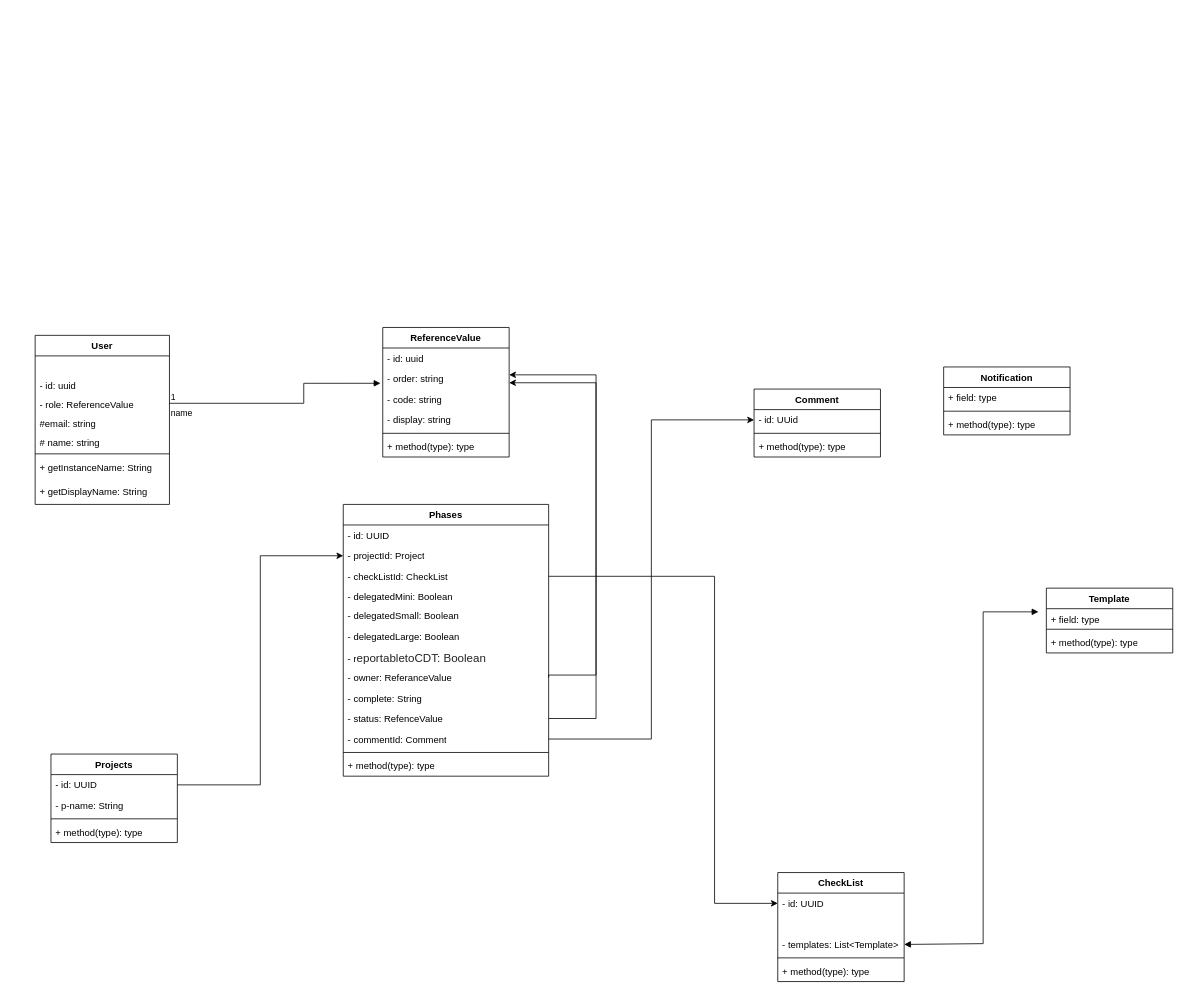
The draw.io diagram Share-Point.drawio in priyanshujoshi909/design-pattern, before the edit. Source tidied: cells renumbered, new cells numbered last; positions are measured from the earlier drawing's top-left corner, leaving out a move shared by most shapes. Both pictures are drawn from the tidied source at 79%, with x=0, y=0 at pixel (35, 327).
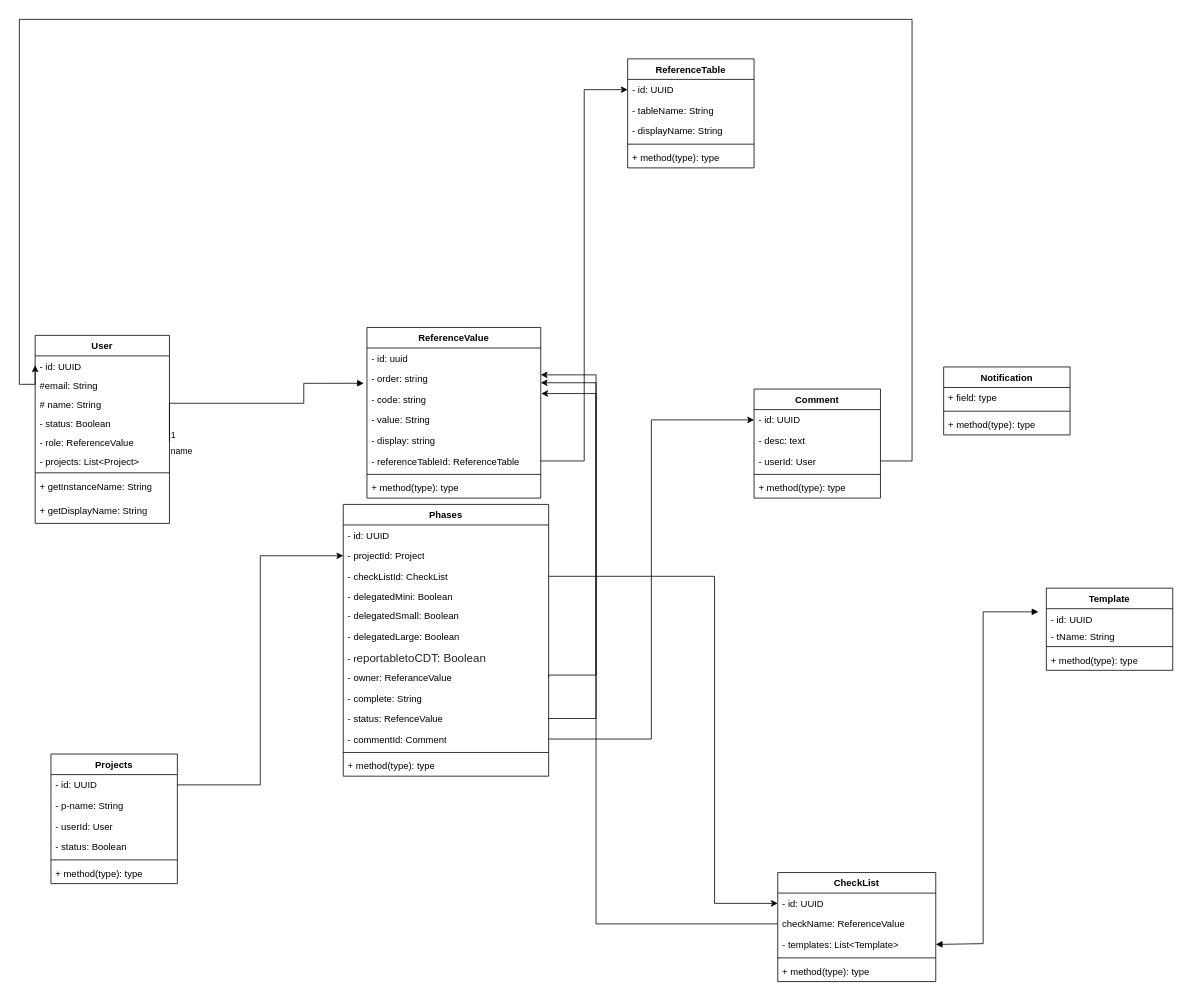
Above is the later version.

Unchanged cells that the change refers to:
```xml
<mxCell id="36" value="- owner: ReferanceValue" style="text;strokeColor=none;fillColor=none;align=left;verticalAlign=top;spacingLeft=4;spacingRight=4;overflow=hidden;points=[[0,0.5],[1,0.5]];portConstraint=eastwest;whiteSpace=wrap;html=1;" parent="28" vertex="1">
  <mxGeometry y="206" width="260" height="26" as="geometry" />
</mxCell>
<mxCell id="38" value="- status: RefenceValue" style="text;strokeColor=none;fillColor=none;align=left;verticalAlign=top;spacingLeft=4;spacingRight=4;overflow=hidden;points=[[0,0.5],[1,0.5]];portConstraint=eastwest;whiteSpace=wrap;html=1;" parent="28" vertex="1">
  <mxGeometry y="258" width="260" height="26" as="geometry" />
</mxCell>
```

Diff of the diagram source:
```diff
@@
     <mxCell id="2" value="User" style="swimlane;fontStyle=1;align=center;verticalAlign=top;horizontal=1;startSize=26;whiteSpace=wrap;html=1;" parent="1" vertex="1">
-      <mxGeometry y="10" width="170" height="214" as="geometry" />
+      <mxGeometry y="10" width="170" height="238" as="geometry" />
     </mxCell>
-    <mxCell id="3" style="text;strokeColor=none;fillColor=none;align=left;verticalAlign=top;spacingLeft=4;spacingRight=4;overflow=hidden;whiteSpace=wrap;html=1;" parent="2" vertex="1">
-      <mxGeometry y="26" width="170" height="24" as="geometry" />
-    </mxCell>
-    <mxCell id="4" value="- id: uuid" style="text;strokeColor=none;fillColor=none;align=left;verticalAlign=top;spacingLeft=4;spacingRight=4;overflow=hidden;points=[[0,0.5],[1,0.5]];portConstraint=eastwest;whiteSpace=wrap;html=1;" parent="2" vertex="1">
-      <mxGeometry y="50" width="170" height="24" as="geometry" />
+    <mxCell id="4" value="- id: UUID" style="text;strokeColor=none;fillColor=none;align=left;verticalAlign=top;spacingLeft=4;spacingRight=4;overflow=hidden;points=[[0,0.5],[1,0.5]];portConstraint=eastwest;whiteSpace=wrap;html=1;" parent="2" vertex="1">
+      <mxGeometry y="26" width="170" height="24" as="geometry" />
     </mxCell>
-    <mxCell id="5" value="- role: ReferenceValue" style="text;strokeColor=none;fillColor=none;align=left;verticalAlign=top;spacingLeft=4;spacingRight=4;overflow=hidden;points=[[0,0.5],[1,0.5]];portConstraint=eastwest;whiteSpace=wrap;html=1;" parent="2" vertex="1">
-      <mxGeometry y="74" width="170" height="24" as="geometry" />
-    </mxCell>
-    <mxCell id="6" value="#email: string" style="text;strokeColor=none;fillColor=none;align=left;verticalAlign=top;spacingLeft=4;spacingRight=4;overflow=hidden;whiteSpace=wrap;html=1;" parent="2" vertex="1">
-      <mxGeometry y="98" width="170" height="24" as="geometry" />
+    <mxCell id="6" value="#email: String" style="text;strokeColor=none;fillColor=none;align=left;verticalAlign=top;spacingLeft=4;spacingRight=4;overflow=hidden;whiteSpace=wrap;html=1;" parent="2" vertex="1">
+      <mxGeometry y="50" width="170" height="24" as="geometry" />
     </mxCell>
-    <mxCell id="7" value="# name: string&lt;table&gt;&lt;tbody&gt;&lt;tr&gt;&lt;td&gt;&lt;br&gt;&lt;/td&gt;&lt;td&gt;&lt;br&gt;&lt;/td&gt;&lt;/tr&gt;&lt;tr&gt;&lt;td&gt;&lt;br&gt;&lt;/td&gt;&lt;td&gt;&lt;br&gt;&lt;/td&gt;&lt;/tr&gt;&lt;tr&gt;&lt;td&gt;&lt;br&gt;&lt;/td&gt;&lt;td&gt;&lt;br&gt;&lt;/td&gt;&lt;/tr&gt;&lt;/tbody&gt;&lt;/table&gt;" style="text;strokeColor=none;fillColor=none;align=left;verticalAlign=top;spacingLeft=4;spacingRight=4;overflow=hidden;whiteSpace=wrap;html=1;" parent="2" vertex="1">
-      <mxGeometry y="122" width="170" height="24" as="geometry" />
+    <mxCell id="7" value="# name: String&lt;table&gt;&lt;tbody&gt;&lt;tr&gt;&lt;td&gt;&lt;br&gt;&lt;/td&gt;&lt;td&gt;&lt;br&gt;&lt;/td&gt;&lt;/tr&gt;&lt;tr&gt;&lt;td&gt;&lt;br&gt;&lt;/td&gt;&lt;td&gt;&lt;br&gt;&lt;/td&gt;&lt;/tr&gt;&lt;tr&gt;&lt;td&gt;&lt;br&gt;&lt;/td&gt;&lt;td&gt;&lt;br&gt;&lt;/td&gt;&lt;/tr&gt;&lt;/tbody&gt;&lt;/table&gt;" style="text;strokeColor=none;fillColor=none;align=left;verticalAlign=top;spacingLeft=4;spacingRight=4;overflow=hidden;whiteSpace=wrap;html=1;" parent="2" vertex="1">
+      <mxGeometry y="74" width="170" height="24" as="geometry" />
     </mxCell>
+    <mxCell id="3" value="- status: Boolean" style="text;strokeColor=none;fillColor=none;align=left;verticalAlign=top;spacingLeft=4;spacingRight=4;overflow=hidden;whiteSpace=wrap;html=1;" parent="2" vertex="1">
+      <mxGeometry y="98" width="170" height="24" as="geometry" />
+    </mxCell>
+    <mxCell id="5" value="- role: ReferenceValue" style="text;strokeColor=none;fillColor=none;align=left;verticalAlign=top;spacingLeft=4;spacingRight=4;overflow=hidden;points=[[0,0.5],[1,0.5]];portConstraint=eastwest;whiteSpace=wrap;html=1;" parent="2" vertex="1">
+      <mxGeometry y="122" width="170" height="24" as="geometry" />
+    </mxCell>
+    <mxCell id="63" value="- projects: List&amp;lt;Project&amp;gt;" style="text;strokeColor=none;fillColor=none;align=left;verticalAlign=top;spacingLeft=4;spacingRight=4;overflow=hidden;whiteSpace=wrap;html=1;" parent="2" vertex="1">
+      <mxGeometry y="146" width="170" height="24" as="geometry" />
+    </mxCell>
     <mxCell id="8" style="line;strokeWidth=1;fillColor=none;align=left;verticalAlign=middle;spacingTop=-1;spacingLeft=3;spacingRight=3;labelPosition=right;strokeColor=inherit;" parent="2" vertex="1">
-      <mxGeometry y="146" width="170" height="8" as="geometry" />
+      <mxGeometry y="170" width="170" height="8" as="geometry" />
     </mxCell>
     <mxCell id="9" value="+ getInstanceName: String" style="text;strokeColor=none;fillColor=none;align=left;verticalAlign=top;spacingLeft=4;spacingRight=4;overflow=hidden;whiteSpace=wrap;html=1;" parent="2" vertex="1">
-      <mxGeometry y="154" width="170" height="30" as="geometry" />
+      <mxGeometry y="178" width="170" height="30" as="geometry" />
     </mxCell>
     <mxCell id="10" value="+ getDisplayName: String" style="text;strokeColor=none;fillColor=none;align=left;verticalAlign=top;spacingLeft=4;spacingRight=4;overflow=hidden;whiteSpace=wrap;html=1;" parent="2" vertex="1">
-      <mxGeometry y="184" width="170" height="30" as="geometry" />
+      <mxGeometry y="208" width="170" height="30" as="geometry" />
     </mxCell>
@@
     <mxCell id="13" value="ReferenceValue" style="swimlane;fontStyle=1;align=center;verticalAlign=top;horizontal=1;startSize=26;whiteSpace=wrap;html=1;" parent="1" vertex="1">
-      <mxGeometry x="440" width="160" height="164" as="geometry" />
+      <mxGeometry x="420" width="220" height="216" as="geometry" />
     </mxCell>
     <mxCell id="14" value="- id: uuid" style="text;strokeColor=none;fillColor=none;align=left;verticalAlign=top;spacingLeft=4;spacingRight=4;overflow=hidden;whiteSpace=wrap;html=1;" parent="13" vertex="1">
-      <mxGeometry y="26" width="160" height="26" as="geometry" />
+      <mxGeometry y="26" width="220" height="26" as="geometry" />
     </mxCell>
     <mxCell id="15" value="- order: string" style="text;strokeColor=none;fillColor=none;align=left;verticalAlign=top;spacingLeft=4;spacingRight=4;overflow=hidden;points=[[0,0.5],[1,0.5]];portConstraint=eastwest;whiteSpace=wrap;html=1;" parent="13" vertex="1">
-      <mxGeometry y="52" width="160" height="26" as="geometry" />
+      <mxGeometry y="52" width="220" height="26" as="geometry" />
     </mxCell>
     <mxCell id="16" value="- code: string" style="text;strokeColor=none;fillColor=none;align=left;verticalAlign=top;spacingLeft=4;spacingRight=4;overflow=hidden;points=[[0,0.5],[1,0.5]];portConstraint=eastwest;whiteSpace=wrap;html=1;" parent="13" vertex="1">
-      <mxGeometry y="78" width="160" height="26" as="geometry" />
+      <mxGeometry y="78" width="220" height="26" as="geometry" />
     </mxCell>
+    <mxCell id="64" value="- value: String" style="text;strokeColor=none;fillColor=none;align=left;verticalAlign=top;spacingLeft=4;spacingRight=4;overflow=hidden;whiteSpace=wrap;html=1;" parent="13" vertex="1">
+      <mxGeometry y="104" width="220" height="26" as="geometry" />
+    </mxCell>
     <mxCell id="17" value="- display: string" style="text;strokeColor=none;fillColor=none;align=left;verticalAlign=top;spacingLeft=4;spacingRight=4;overflow=hidden;whiteSpace=wrap;html=1;" parent="13" vertex="1">
-      <mxGeometry y="104" width="160" height="26" as="geometry" />
+      <mxGeometry y="130" width="220" height="26" as="geometry" />
     </mxCell>
+    <mxCell id="65" value="- referenceTableId: ReferenceTable" style="text;strokeColor=none;fillColor=none;align=left;verticalAlign=top;spacingLeft=4;spacingRight=4;overflow=hidden;points=[[0,0.5],[1,0.5]];portConstraint=eastwest;whiteSpace=wrap;html=1;" parent="13" vertex="1">
+      <mxGeometry y="156" width="220" height="26" as="geometry" />
+    </mxCell>
     <mxCell id="18" style="line;strokeWidth=1;fillColor=none;align=left;verticalAlign=middle;spacingTop=-1;spacingLeft=3;spacingRight=3;labelPosition=right;strokeColor=inherit;" parent="13" vertex="1">
-      <mxGeometry y="130" width="160" height="8" as="geometry" />
+      <mxGeometry y="182" width="220" height="8" as="geometry" />
     </mxCell>
     <mxCell id="19" value="+ method(type): type" style="text;strokeColor=none;fillColor=none;align=left;verticalAlign=top;spacingLeft=4;spacingRight=4;overflow=hidden;whiteSpace=wrap;html=1;" parent="13" vertex="1">
-      <mxGeometry y="138" width="160" height="26" as="geometry" />
+      <mxGeometry y="190" width="220" height="26" as="geometry" />
     </mxCell>
@@
     <mxCell id="24" value="Template" style="swimlane;fontStyle=1;align=center;verticalAlign=top;horizontal=1;startSize=26;whiteSpace=wrap;html=1;" parent="1" vertex="1">
-      <mxGeometry x="1280" y="330" width="160" height="82" as="geometry" />
+      <mxGeometry x="1280" y="330" width="160" height="104" as="geometry" />
     </mxCell>
-    <mxCell id="25" value="+ field: type" style="text;strokeColor=none;fillColor=none;align=left;verticalAlign=top;spacingLeft=4;spacingRight=4;overflow=hidden;whiteSpace=wrap;html=1;" parent="24" vertex="1">
+    <mxCell id="25" value="- id: UUID" style="text;strokeColor=none;fillColor=none;align=left;verticalAlign=top;spacingLeft=4;spacingRight=4;overflow=hidden;whiteSpace=wrap;html=1;" parent="24" vertex="1">
       <mxGeometry y="26" width="160" height="22" as="geometry" />
     </mxCell>
+    <mxCell id="66" value="- tName: String" style="text;strokeColor=none;fillColor=none;align=left;verticalAlign=top;spacingLeft=4;spacingRight=4;overflow=hidden;whiteSpace=wrap;html=1;" parent="24" vertex="1">
+      <mxGeometry y="48" width="160" height="22" as="geometry" />
+    </mxCell>
     <mxCell id="26" style="line;strokeWidth=1;fillColor=none;align=left;verticalAlign=middle;spacingTop=-1;spacingLeft=3;spacingRight=3;labelPosition=right;strokeColor=inherit;" parent="24" vertex="1">
-      <mxGeometry y="48" width="160" height="8" as="geometry" />
+      <mxGeometry y="70" width="160" height="8" as="geometry" />
     </mxCell>
     <mxCell id="27" value="+ method(type): type" style="text;strokeColor=none;fillColor=none;align=left;verticalAlign=top;spacingLeft=4;spacingRight=4;overflow=hidden;whiteSpace=wrap;html=1;" parent="24" vertex="1">
-      <mxGeometry y="56" width="160" height="26" as="geometry" />
+      <mxGeometry y="78" width="160" height="26" as="geometry" />
     </mxCell>
@@
     <mxCell id="43" value="Projects" style="swimlane;fontStyle=1;align=center;verticalAlign=top;horizontal=1;startSize=26;whiteSpace=wrap;html=1;" parent="1" vertex="1">
-      <mxGeometry x="20" y="540" width="160" height="112" as="geometry" />
+      <mxGeometry x="20" y="540" width="160" height="164" as="geometry" />
     </mxCell>
@@
+    <mxCell id="67" value="- userId: User" style="text;strokeColor=none;fillColor=none;align=left;verticalAlign=top;spacingLeft=4;spacingRight=4;overflow=hidden;whiteSpace=wrap;html=1;" parent="43" vertex="1">
+      <mxGeometry y="78" width="160" height="26" as="geometry" />
+    </mxCell>
+    <mxCell id="68" value="- status: Boolean" style="text;strokeColor=none;fillColor=none;align=left;verticalAlign=top;spacingLeft=4;spacingRight=4;overflow=hidden;whiteSpace=wrap;html=1;" parent="43" vertex="1">
+      <mxGeometry y="104" width="160" height="26" as="geometry" />
+    </mxCell>
     <mxCell id="46" style="line;strokeWidth=1;fillColor=none;align=left;verticalAlign=middle;spacingTop=-1;spacingLeft=3;spacingRight=3;labelPosition=right;strokeColor=inherit;" parent="43" vertex="1">
-      <mxGeometry y="78" width="160" height="8" as="geometry" />
+      <mxGeometry y="130" width="160" height="8" as="geometry" />
     </mxCell>
     <mxCell id="47" value="+ method(type): type" style="text;strokeColor=none;fillColor=none;align=left;verticalAlign=top;spacingLeft=4;spacingRight=4;overflow=hidden;whiteSpace=wrap;html=1;" parent="43" vertex="1">
-      <mxGeometry y="86" width="160" height="26" as="geometry" />
+      <mxGeometry y="138" width="160" height="26" as="geometry" />
     </mxCell>
     <mxCell id="48" value="CheckList" style="swimlane;fontStyle=1;align=center;verticalAlign=top;horizontal=1;startSize=26;whiteSpace=wrap;html=1;" parent="1" vertex="1">
-      <mxGeometry x="940" y="690" width="160" height="138" as="geometry" />
+      <mxGeometry x="940" y="690" width="200" height="138" as="geometry" />
     </mxCell>
     <mxCell id="49" value="- id: UUID" style="text;strokeColor=none;fillColor=none;align=left;verticalAlign=top;spacingLeft=4;spacingRight=4;overflow=hidden;points=[[0,0.5],[1,0.5]];portConstraint=eastwest;whiteSpace=wrap;html=1;" parent="48" vertex="1">
-      <mxGeometry y="26" width="160" height="26" as="geometry" />
+      <mxGeometry y="26" width="200" height="26" as="geometry" />
     </mxCell>
-    <mxCell id="50" style="text;strokeColor=none;fillColor=none;align=left;verticalAlign=top;spacingLeft=4;spacingRight=4;overflow=hidden;points=[[0,0.5],[1,0.5]];portConstraint=eastwest;whiteSpace=wrap;html=1;" parent="48" vertex="1">
-      <mxGeometry y="52" width="160" height="26" as="geometry" />
+    <mxCell id="50" value="checkName: ReferenceValue" style="text;strokeColor=none;fillColor=none;align=left;verticalAlign=top;spacingLeft=4;spacingRight=4;overflow=hidden;points=[[0,0.5],[1,0.5]];portConstraint=eastwest;whiteSpace=wrap;html=1;" parent="48" vertex="1">
+      <mxGeometry y="52" width="200" height="26" as="geometry" />
     </mxCell>
     <mxCell id="51" value="- templates: List&amp;lt;Template&amp;gt;" style="text;strokeColor=none;fillColor=none;align=left;verticalAlign=top;spacingLeft=4;spacingRight=4;overflow=hidden;points=[[0,0.5],[1,0.5]];portConstraint=eastwest;whiteSpace=wrap;html=1;" parent="48" vertex="1">
-      <mxGeometry y="78" width="160" height="26" as="geometry" />
+      <mxGeometry y="78" width="200" height="26" as="geometry" />
     </mxCell>
     <mxCell id="52" style="line;strokeWidth=1;fillColor=none;align=left;verticalAlign=middle;spacingTop=-1;spacingLeft=3;spacingRight=3;labelPosition=right;strokeColor=inherit;" parent="48" vertex="1">
-      <mxGeometry y="104" width="160" height="8" as="geometry" />
+      <mxGeometry y="104" width="200" height="8" as="geometry" />
     </mxCell>
     <mxCell id="53" value="+ method(type): type" style="text;strokeColor=none;fillColor=none;align=left;verticalAlign=top;spacingLeft=4;spacingRight=4;overflow=hidden;whiteSpace=wrap;html=1;" parent="48" vertex="1">
-      <mxGeometry y="112" width="160" height="26" as="geometry" />
+      <mxGeometry y="112" width="200" height="26" as="geometry" />
     </mxCell>
-    <mxCell id="54" style="edgeStyle=orthogonalEdgeStyle;rounded=0;jettySize=auto;html=1;entryX=1;entryY=0.5;entryDx=0;entryDy=0;exitX=1;exitY=0.5;exitDx=0;exitDy=0;" parent="1" edge="1" source="38">
+    <mxCell id="54" style="edgeStyle=orthogonalEdgeStyle;rounded=0;jettySize=auto;html=1;exitX=1;exitY=0.5;exitDx=0;exitDy=0;" parent="1" edge="1" source="38">
       <mxGeometry relative="1" as="geometry">
-        <mxPoint x="600" y="60" as="targetPoint" />
+        <mxPoint x="640" y="60" as="targetPoint" />
         <Array as="points">
           <mxPoint x="710" y="495" />
           <mxPoint x="710" y="60" />
         </Array>
       </mxGeometry>
     </mxCell>
-    <mxCell id="55" style="edgeStyle=orthogonalEdgeStyle;rounded=0;jettySize=auto;html=1;entryX=1;entryY=0.5;entryDx=0;entryDy=0;exitX=1;exitY=0.5;exitDx=0;exitDy=0;" parent="1" edge="1" source="36">
+    <mxCell id="55" style="edgeStyle=orthogonalEdgeStyle;rounded=0;jettySize=auto;html=1;exitX=1;exitY=0.5;exitDx=0;exitDy=0;" parent="1" edge="1" source="36">
       <mxGeometry relative="1" as="geometry">
-        <mxPoint x="600" y="70" as="targetPoint" />
+        <mxPoint x="640" y="70" as="targetPoint" />
         <Array as="points">
           <mxPoint x="650" y="440" />
           <mxPoint x="710" y="440" />
           <mxPoint x="710" y="70" />
         </Array>
       </mxGeometry>
     </mxCell>
     <mxCell id="56" value="Comment" style="swimlane;fontStyle=1;align=center;verticalAlign=top;horizontal=1;startSize=26;whiteSpace=wrap;html=1;" parent="1" vertex="1">
-      <mxGeometry x="910" y="78" width="160" height="86" as="geometry" />
+      <mxGeometry x="910" y="78" width="160" height="138" as="geometry" />
     </mxCell>
-    <mxCell id="57" value="- id: UUid" style="text;strokeColor=none;fillColor=none;align=left;verticalAlign=top;spacingLeft=4;spacingRight=4;overflow=hidden;points=[[0,0.5],[1,0.5]];portConstraint=eastwest;whiteSpace=wrap;html=1;" parent="56" vertex="1">
+    <mxCell id="57" value="- id: UUID" style="text;strokeColor=none;fillColor=none;align=left;verticalAlign=top;spacingLeft=4;spacingRight=4;overflow=hidden;points=[[0,0.5],[1,0.5]];portConstraint=eastwest;whiteSpace=wrap;html=1;" parent="56" vertex="1">
       <mxGeometry y="26" width="160" height="26" as="geometry" />
     </mxCell>
+    <mxCell id="69" value="- desc: text" style="text;strokeColor=none;fillColor=none;align=left;verticalAlign=top;spacingLeft=4;spacingRight=4;overflow=hidden;whiteSpace=wrap;html=1;" parent="56" vertex="1">
+      <mxGeometry y="52" width="160" height="26" as="geometry" />
+    </mxCell>
+    <mxCell id="70" value="- userId: User" style="text;strokeColor=none;fillColor=none;align=left;verticalAlign=top;spacingLeft=4;spacingRight=4;overflow=hidden;points=[[0,0.5],[1,0.5]];portConstraint=eastwest;whiteSpace=wrap;html=1;" parent="56" vertex="1">
+      <mxGeometry y="78" width="160" height="26" as="geometry" />
+    </mxCell>
     <mxCell id="58" style="line;strokeWidth=1;fillColor=none;align=left;verticalAlign=middle;spacingTop=-1;spacingLeft=3;spacingRight=3;labelPosition=right;strokeColor=inherit;" parent="56" vertex="1">
-      <mxGeometry y="52" width="160" height="8" as="geometry" />
+      <mxGeometry y="104" width="160" height="8" as="geometry" />
     </mxCell>
     <mxCell id="59" value="+ method(type): type" style="text;strokeColor=none;fillColor=none;align=left;verticalAlign=top;spacingLeft=4;spacingRight=4;overflow=hidden;whiteSpace=wrap;html=1;" parent="56" vertex="1">
-      <mxGeometry y="60" width="160" height="26" as="geometry" />
+      <mxGeometry y="112" width="160" height="26" as="geometry" />
     </mxCell>
@@
+    <mxCell id="71" style="edgeStyle=orthogonalEdgeStyle;rounded=0;jettySize=auto;html=1;entryX=1.003;entryY=0.218;entryDx=0;entryDy=0;entryPerimeter=0;" parent="1" edge="1" source="50" target="16">
+      <mxGeometry relative="1" as="geometry">
+        <Array as="points">
+          <mxPoint x="710" y="755" />
+          <mxPoint x="710" y="84" />
+        </Array>
+      </mxGeometry>
+    </mxCell>
+    <mxCell id="72" value="ReferenceTable" style="swimlane;fontStyle=1;align=center;verticalAlign=top;horizontal=1;startSize=26;whiteSpace=wrap;html=1;" parent="1" vertex="1">
+      <mxGeometry x="750" y="-340" width="160" height="138" as="geometry" />
+    </mxCell>
+    <mxCell id="73" value="- id: UUID" style="text;strokeColor=none;fillColor=none;align=left;verticalAlign=top;spacingLeft=4;spacingRight=4;overflow=hidden;points=[[0,0.5],[1,0.5]];portConstraint=eastwest;whiteSpace=wrap;html=1;" parent="72" vertex="1">
+      <mxGeometry y="26" width="160" height="26" as="geometry" />
+    </mxCell>
+    <mxCell id="74" value="- tableName: String" style="text;strokeColor=none;fillColor=none;align=left;verticalAlign=top;spacingLeft=4;spacingRight=4;overflow=hidden;whiteSpace=wrap;html=1;" parent="72" vertex="1">
+      <mxGeometry y="52" width="160" height="26" as="geometry" />
+    </mxCell>
+    <mxCell id="75" value="- displayName: String" style="text;strokeColor=none;fillColor=none;align=left;verticalAlign=top;spacingLeft=4;spacingRight=4;overflow=hidden;whiteSpace=wrap;html=1;" parent="72" vertex="1">
+      <mxGeometry y="78" width="160" height="26" as="geometry" />
+    </mxCell>
+    <mxCell id="76" style="line;strokeWidth=1;fillColor=none;align=left;verticalAlign=middle;spacingTop=-1;spacingLeft=3;spacingRight=3;labelPosition=right;strokeColor=inherit;" parent="72" vertex="1">
+      <mxGeometry y="104" width="160" height="8" as="geometry" />
+    </mxCell>
+    <mxCell id="77" value="+ method(type): type" style="text;strokeColor=none;fillColor=none;align=left;verticalAlign=top;spacingLeft=4;spacingRight=4;overflow=hidden;whiteSpace=wrap;html=1;" parent="72" vertex="1">
+      <mxGeometry y="112" width="160" height="26" as="geometry" />
+    </mxCell>
+    <mxCell id="78" style="edgeStyle=orthogonalEdgeStyle;rounded=0;jettySize=auto;html=1;entryX=0;entryY=0.5;entryDx=0;entryDy=0;" parent="1" edge="1" source="65" target="73">
+      <mxGeometry relative="1" as="geometry" />
+    </mxCell>
+    <mxCell id="79" style="edgeStyle=orthogonalEdgeStyle;rounded=0;jettySize=auto;html=1;entryX=0;entryY=0.5;entryDx=0;entryDy=0;" parent="1" edge="1" source="70" target="4">
+      <mxGeometry relative="1" as="geometry">
+        <Array as="points">
+          <mxPoint x="1110" y="169" />
+          <mxPoint x="1110" y="-390" />
+          <mxPoint x="-20" y="-390" />
+          <mxPoint x="-20" y="72" />
+        </Array>
+      </mxGeometry>
+    </mxCell>
```
